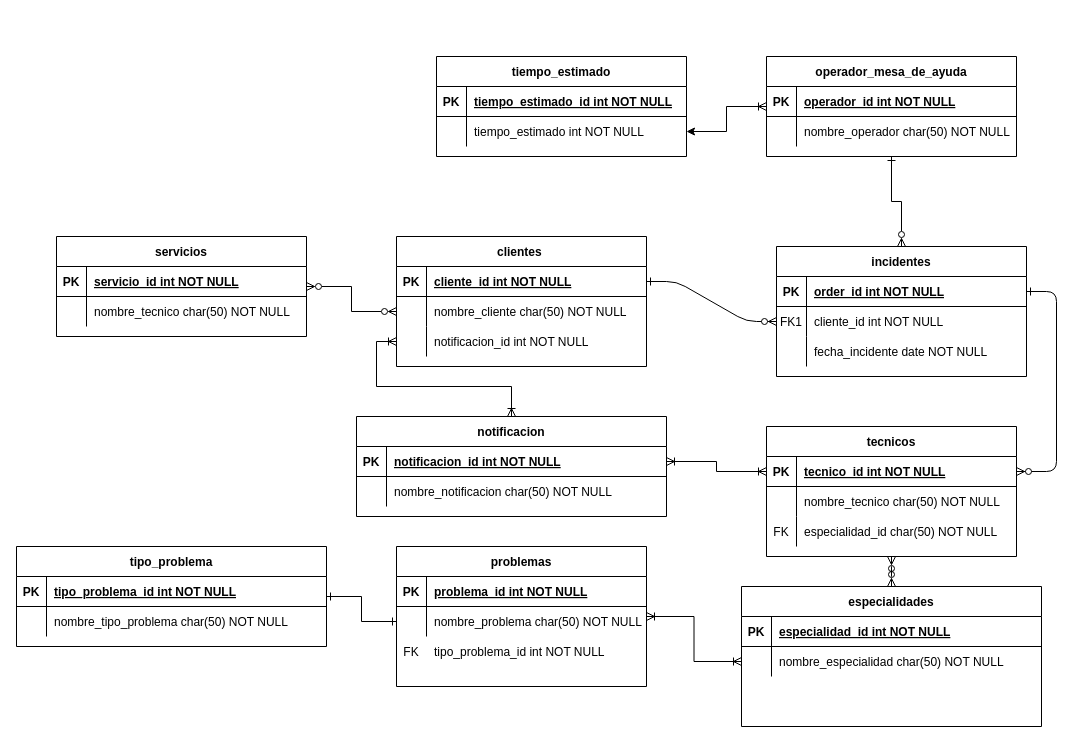
Earlier version of the draw.io diagram DER-integrador-4.drawio (EquisBrea/AP-TRABAJO-INTEGRADOR-Forked). Source tidied: cells renumbered, new cells numbered last; positions are measured from the earlier drawing's top-left corner, leaving out a move shared by most shapes. Both pictures are drawn from the tidied source at 100%, with x=0, y=0 at pixel (16, 56).
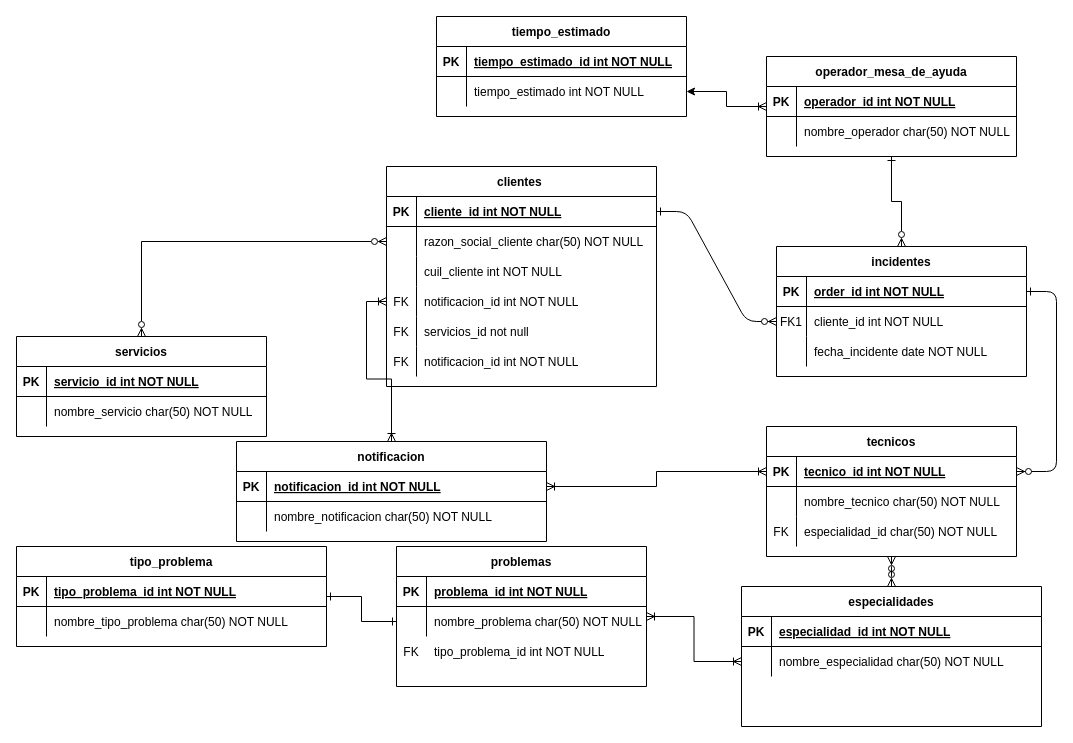
After the change.

The change refers to these unchanged cells:
```xml
<mxCell id="56" style="shape=partialRectangle;fillColor=none;top=0;left=0;right=0;bottom=0;" parent="52" vertex="1">
  <mxGeometry y="60" width="250" height="30" as="geometry" />
</mxCell>
```

Change to the diagram source:
```diff
@@
     <mxCell id="14" value="clientes " style="shape=table;startSize=30;childLayout=tableLayout;rowLines=0;fontStyle=1;align=center;" parent="1" vertex="1">
-      <mxGeometry x="380" y="180" width="250" height="130" as="geometry" />
+      <mxGeometry x="370" y="110" width="270" height="220" as="geometry" />
     </mxCell>
     <mxCell id="15" style="shape=partialRectangle;fillColor=none;points=[[0,0.5],[1,0.5]];portConstraint=eastwest;top=0;left=0;right=0;bottom=1;" parent="14" vertex="1">
-      <mxGeometry y="30" width="250" height="30" as="geometry" />
+      <mxGeometry y="30" width="270" height="30" as="geometry" />
     </mxCell>
@@
     <mxCell id="17" value="cliente_id int NOT NULL " style="shape=partialRectangle;overflow=hidden;fillColor=none;top=0;left=0;bottom=0;right=0;align=left;spacingLeft=6;fontStyle=5;" parent="15" vertex="1">
-      <mxGeometry x="30" width="220" height="30" as="geometry" />
+      <mxGeometry x="30" width="240" height="30" as="geometry" />
     </mxCell>
     <mxCell id="18" style="shape=partialRectangle;fillColor=none;points=[[0,0.5],[1,0.5]];portConstraint=eastwest;top=0;left=0;right=0;bottom=0;" parent="14" vertex="1">
-      <mxGeometry y="60" width="250" height="30" as="geometry" />
+      <mxGeometry y="60" width="270" height="30" as="geometry" />
     </mxCell>
@@
-    <mxCell id="20" value="nombre_cliente char(50) NOT NULL" style="shape=partialRectangle;overflow=hidden;fillColor=none;top=0;left=0;bottom=0;right=0;align=left;spacingLeft=6;" parent="18" vertex="1">
-      <mxGeometry x="30" width="220" height="30" as="geometry" />
+    <mxCell id="20" value="razon_social_cliente char(50) NOT NULL" style="shape=partialRectangle;overflow=hidden;fillColor=none;top=0;left=0;bottom=0;right=0;align=left;spacingLeft=6;" parent="18" vertex="1">
+      <mxGeometry x="30" width="240" height="30" as="geometry" />
     </mxCell>
+    <mxCell id="93" style="shape=partialRectangle;fillColor=none;top=0;left=0;right=0;bottom=0;" parent="14" vertex="1">
+      <mxGeometry y="90" width="270" height="30" as="geometry" />
+    </mxCell>
+    <mxCell id="94" style="shape=partialRectangle;overflow=hidden;fillColor=none;top=0;left=0;bottom=0;right=0;" parent="93" vertex="1">
+      <mxGeometry width="30" height="30" as="geometry" />
+    </mxCell>
+    <mxCell id="95" value="cuil_cliente int NOT NULL" style="shape=partialRectangle;overflow=hidden;fillColor=none;top=0;left=0;bottom=0;right=0;align=left;spacingLeft=6;" parent="93" vertex="1">
+      <mxGeometry x="30" width="240" height="30" as="geometry" />
+    </mxCell>
     <mxCell id="21" style="shape=partialRectangle;fillColor=none;points=[[0,0.5],[1,0.5]];portConstraint=eastwest;top=0;left=0;right=0;bottom=0;" parent="14" vertex="1">
-      <mxGeometry y="90" width="250" height="30" as="geometry" />
+      <mxGeometry y="120" width="270" height="30" as="geometry" />
     </mxCell>
-    <mxCell id="22" style="shape=partialRectangle;overflow=hidden;fillColor=none;top=0;left=0;bottom=0;right=0;" parent="21" vertex="1">
+    <mxCell id="22" value="FK" style="shape=partialRectangle;overflow=hidden;fillColor=none;top=0;left=0;bottom=0;right=0;" parent="21" vertex="1">
       <mxGeometry width="30" height="30" as="geometry" />
     </mxCell>
     <mxCell id="23" value="notificacion_id int NOT NULL" style="shape=partialRectangle;overflow=hidden;fillColor=none;top=0;left=0;bottom=0;right=0;align=left;spacingLeft=6;" parent="21" vertex="1">
-      <mxGeometry x="30" width="220" height="30" as="geometry" />
+      <mxGeometry x="30" width="240" height="30" as="geometry" />
     </mxCell>
+    <mxCell id="96" style="shape=partialRectangle;fillColor=none;top=0;left=0;right=0;bottom=0;" parent="14" vertex="1">
+      <mxGeometry y="150" width="270" height="30" as="geometry" />
+    </mxCell>
+    <mxCell id="97" value="FK" style="shape=partialRectangle;overflow=hidden;fillColor=none;top=0;left=0;bottom=0;right=0;" parent="96" vertex="1">
+      <mxGeometry width="30" height="30" as="geometry" />
+    </mxCell>
+    <mxCell id="98" value="servicios_id not null" style="shape=partialRectangle;overflow=hidden;fillColor=none;top=0;left=0;bottom=0;right=0;align=left;spacingLeft=6;" parent="96" vertex="1">
+      <mxGeometry x="30" width="240" height="30" as="geometry" />
+    </mxCell>
+    <mxCell id="99" style="shape=partialRectangle;fillColor=none;top=0;left=0;right=0;bottom=0;" parent="14" vertex="1">
+      <mxGeometry y="180" width="270" height="30" as="geometry" />
+    </mxCell>
+    <mxCell id="100" value="FK" style="shape=partialRectangle;overflow=hidden;fillColor=none;top=0;left=0;bottom=0;right=0;" parent="99" vertex="1">
+      <mxGeometry width="30" height="30" as="geometry" />
+    </mxCell>
+    <mxCell id="101" value="notificacion_id int NOT NULL" style="shape=partialRectangle;overflow=hidden;fillColor=none;top=0;left=0;bottom=0;right=0;align=left;spacingLeft=6;" parent="99" vertex="1">
+      <mxGeometry x="30" width="240" height="30" as="geometry" />
+    </mxCell>
@@
     <mxCell id="52" value="servicios" style="shape=table;startSize=30;childLayout=tableLayout;rowLines=0;fontStyle=1;align=center;" parent="1" vertex="1">
-      <mxGeometry x="40" y="180" width="250" height="100" as="geometry" />
+      <mxGeometry y="280" width="250" height="100" as="geometry" />
     </mxCell>
@@
-    <mxCell id="58" value="nombre_tecnico char(50) NOT NULL" style="shape=partialRectangle;overflow=hidden;fillColor=none;top=0;left=0;bottom=0;right=0;align=left;spacingLeft=6;" parent="56" vertex="1">
+    <mxCell id="58" value="nombre_servicio char(50) NOT NULL" style="shape=partialRectangle;overflow=hidden;fillColor=none;top=0;left=0;bottom=0;right=0;align=left;spacingLeft=6;" parent="56" vertex="1">
       <mxGeometry x="30" width="220" height="30" as="geometry" />
     </mxCell>
@@
     <mxCell id="67" value="tiempo_estimado" style="shape=table;startSize=30;childLayout=tableLayout;rowLines=0;fontStyle=1;align=center;" parent="1" vertex="1">
-      <mxGeometry x="420" width="250" height="100" as="geometry" />
+      <mxGeometry x="420" y="-40" width="250" height="100" as="geometry" />
     </mxCell>
@@
     <mxCell id="85" value="notificacion" style="shape=table;startSize=30;childLayout=tableLayout;rowLines=0;fontStyle=1;align=center;" parent="1" vertex="1">
-      <mxGeometry x="340" y="360" width="310" height="100" as="geometry" />
+      <mxGeometry x="220" y="385" width="310" height="100" as="geometry" />
     </mxCell>
```
